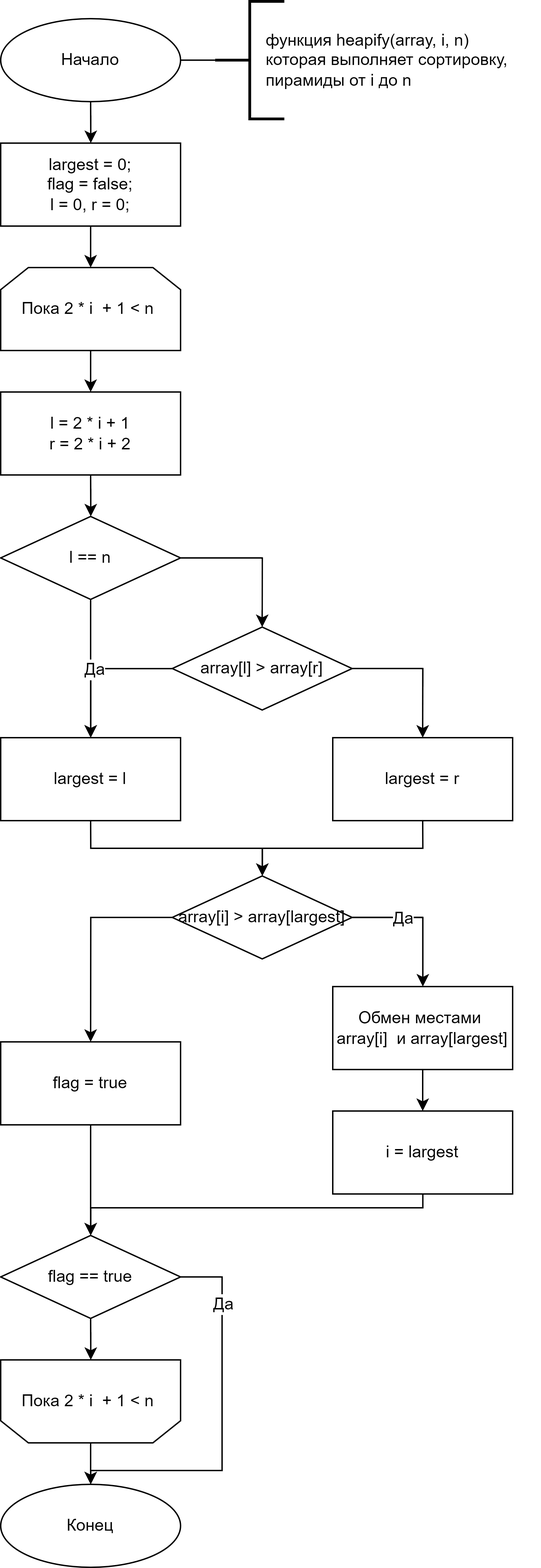
Above: lab_03/docs/img/heap_2.png in Mansurow/bmstu-iu7-5sem-AA (draw.io), before the change. Source tidied: cells renumbered, new cells last; positions are measured from the earlier drawing's top-left corner, leaving out a move shared by most shapes.
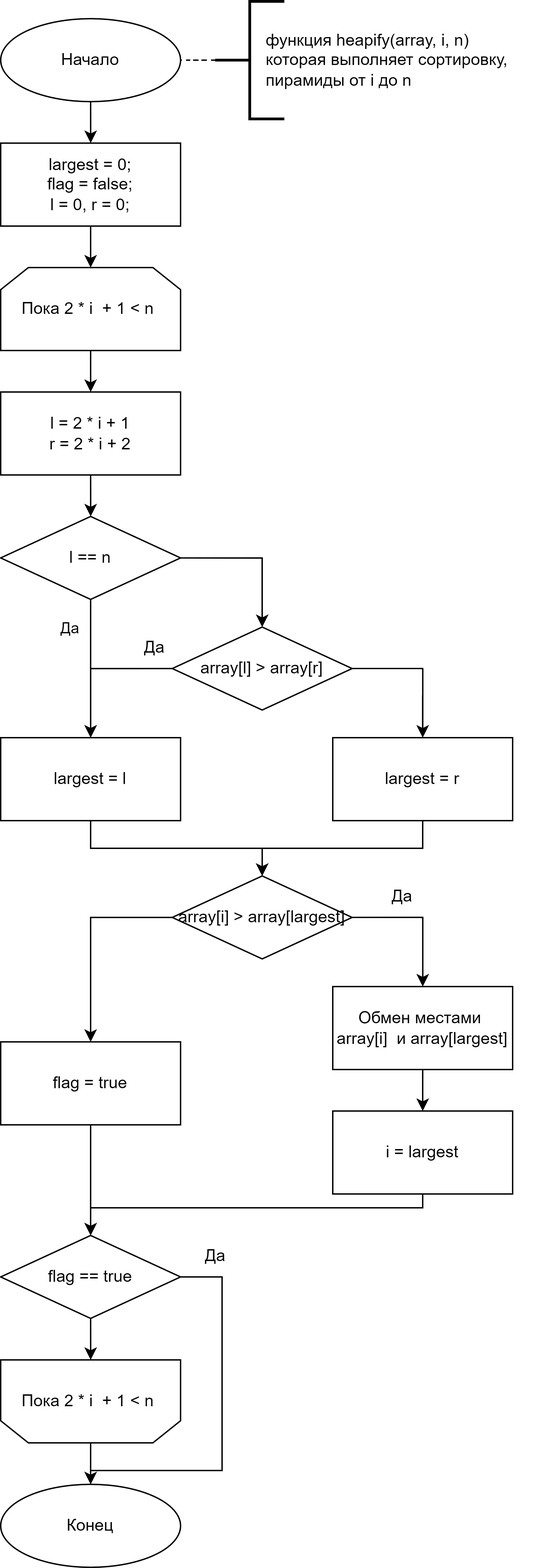
Later version of the same file.

What changed in the source:
```diff
@@ -29,15 +29,24 @@
     <mxCell id="10" style="edgeStyle=orthogonalEdgeStyle;rounded=0;jettySize=auto;html=1;exitX=0.5;exitY=1;exitDx=0;exitDy=0;exitPerimeter=0;fontSize=12;" parent="1" edge="1" source="11" target="17">
       <mxGeometry relative="1" as="geometry" />
     </mxCell>
+    <mxCell id="41" value="Да" style="edgeLabel;html=1;align=center;verticalAlign=middle;" parent="10" vertex="1">
+      <mxGeometry x="-0.59" y="-1" relative="1" as="geometry">
+        <mxPoint x="-14" as="offset" />
+      </mxGeometry>
+    </mxCell>
     <mxCell id="11" value="l == n" style="strokeWidth=1;html=1;shape=mxgraph.flowchart.decision;whiteSpace=wrap;rounded=0;fontSize=12;" parent="1" vertex="1">
       <mxGeometry y="373" width="130" height="60" as="geometry" />
     </mxCell>
     <mxCell id="12" style="edgeStyle=orthogonalEdgeStyle;rounded=0;jettySize=auto;html=1;exitX=0;exitY=0.5;exitDx=0;exitDy=0;exitPerimeter=0;fontSize=12;" parent="1" edge="1" source="15" target="17">
-      <mxGeometry relative="1" as="geometry" />
+      <mxGeometry relative="1" as="geometry">
+        <Array as="points">
+          <mxPoint x="65" y="483" />
+        </Array>
+      </mxGeometry>
     </mxCell>
     <mxCell id="13" value="Да" style="edgeLabel;html=1;align=center;verticalAlign=middle;fontSize=12;" parent="12" vertex="1">
       <mxGeometry x="-0.8" y="-3" relative="1" as="geometry">
-        <mxPoint x="-46" y="3" as="offset" />
+        <mxPoint x="-3" y="-12" as="offset" />
       </mxGeometry>
     </mxCell>
     <mxCell id="14" style="edgeStyle=orthogonalEdgeStyle;rounded=0;jettySize=auto;html=1;exitX=1;exitY=0.5;exitDx=0;exitDy=0;exitPerimeter=0;entryX=0.5;entryY=0;entryDx=0;entryDy=0;fontSize=12;" parent="1" edge="1" source="15" target="19">
@@ -63,7 +72,7 @@
     </mxCell>
     <mxCell id="21" value="Да" style="edgeLabel;html=1;align=center;verticalAlign=middle;fontSize=12;" parent="20" vertex="1">
       <mxGeometry x="-0.29" y="1" relative="1" as="geometry">
-        <mxPoint y="1" as="offset" />
+        <mxPoint y="-14" as="offset" />
       </mxGeometry>
     </mxCell>
     <mxCell id="22" style="edgeStyle=orthogonalEdgeStyle;rounded=0;jettySize=auto;html=1;exitX=0;exitY=0.5;exitDx=0;exitDy=0;exitPerimeter=0;entryX=0.5;entryY=0;entryDx=0;entryDy=0;fontSize=12;" parent="1" edge="1" source="23" target="31">
@@ -114,7 +123,9 @@
       </mxGeometry>
     </mxCell>
     <mxCell id="34" value="Да" style="edgeLabel;html=1;align=center;verticalAlign=middle;fontSize=12;" parent="33" vertex="1">
-      <mxGeometry x="-0.64" relative="1" as="geometry" />
+      <mxGeometry x="-0.64" relative="1" as="geometry">
+        <mxPoint x="-5" y="-35" as="offset" />
+      </mxGeometry>
     </mxCell>
     <mxCell id="35" value="flag == true" style="strokeWidth=1;html=1;shape=mxgraph.flowchart.decision;whiteSpace=wrap;rounded=0;fontSize=12;" parent="1" vertex="1">
       <mxGeometry y="893" width="130" height="60" as="geometry" />
@@ -125,7 +136,7 @@
     <mxCell id="37" value="largest = 0;&lt;br&gt;flag = false;&lt;br&gt;l = 0, r = 0;" style="rounded=0;whiteSpace=wrap;html=1;absoluteArcSize=1;arcSize=14;strokeWidth=1;" parent="1" vertex="1">
       <mxGeometry y="103" width="130" height="60" as="geometry" />
     </mxCell>
-    <mxCell id="38" style="edgeStyle=orthogonalEdgeStyle;rounded=0;jettySize=auto;html=1;fontSize=12;endArrow=none;endFill=0;" parent="1" edge="1" source="39" target="3">
+    <mxCell id="38" style="edgeStyle=orthogonalEdgeStyle;rounded=0;jettySize=auto;html=1;fontSize=12;endArrow=none;endFill=0;dashed=1;" parent="1" edge="1" source="39" target="3">
       <mxGeometry relative="1" as="geometry" />
     </mxCell>
     <mxCell id="39" style="strokeWidth=2;html=1;shape=mxgraph.flowchart.annotation_2;align=left;labelPosition=right;rounded=0;fontSize=12;" parent="1" vertex="1">
```
